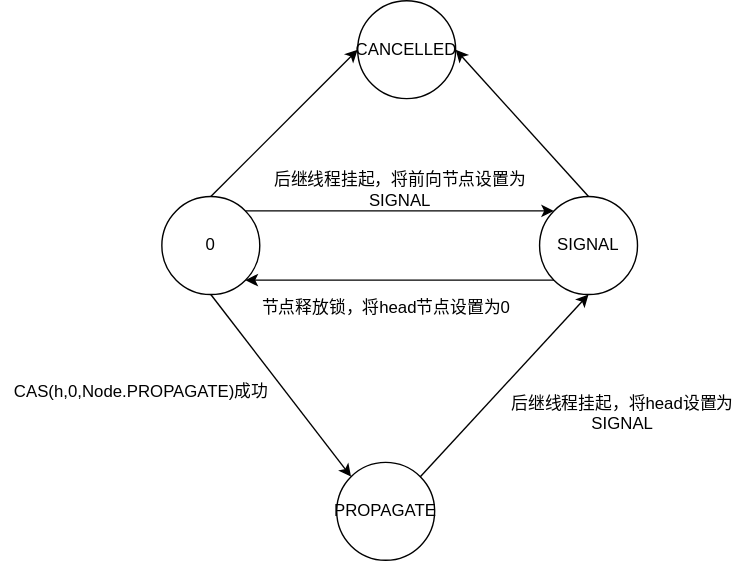
Before: java/Multi-thread/AQS/images/state-transition.drawio.svg, a diagram exported from draw.io (soloveri/notes-of-cs). Source tidied: cells renumbered, new cells last; positions are measured from the earlier drawing's top-left corner, leaving out a move shared by most shapes. The source it was exported from:
```xml
<mxGraphModel>
  <root>
    <mxCell id="0" />
    <mxCell id="1" parent="0" />
    <mxCell id="2" value="CANCELLED" style="ellipse;whiteSpace=wrap;html=1;" parent="1" vertex="1">
      <mxGeometry x="255" width="70" height="70" as="geometry" />
    </mxCell>
    <mxCell id="3" value="SIGNAL" style="ellipse;whiteSpace=wrap;html=1;" parent="1" vertex="1">
      <mxGeometry x="385" y="140" width="70" height="70" as="geometry" />
    </mxCell>
    <mxCell id="4" value="PROPAGATE" style="ellipse;whiteSpace=wrap;html=1;" parent="1" vertex="1">
      <mxGeometry x="240" y="330" width="70" height="70" as="geometry" />
    </mxCell>
    <mxCell id="5" value="0" style="ellipse;whiteSpace=wrap;html=1;" parent="1" vertex="1">
      <mxGeometry x="115" y="140" width="70" height="70" as="geometry" />
    </mxCell>
    <mxCell id="6" style="endArrow=classic;html=1;exitX=1;exitY=0;exitDx=0;exitDy=0;entryX=0;entryY=0;entryDx=0;entryDy=0;" parent="1" edge="1" source="5" target="3">
      <mxGeometry relative="1" as="geometry" />
    </mxCell>
    <mxCell id="7" value="后继线程挂起，将前向节点设置为&lt;br&gt;SIGNAL" style="text;html=1;align=center;verticalAlign=middle;" parent="1" vertex="1">
      <mxGeometry x="185" y="120" width="200" height="30" as="geometry" />
    </mxCell>
    <mxCell id="8" style="endArrow=classic;html=1;entryX=1;entryY=1;entryDx=0;entryDy=0;exitX=0;exitY=1;exitDx=0;exitDy=0;" parent="1" edge="1" source="3" target="5">
      <mxGeometry relative="1" as="geometry" />
    </mxCell>
    <mxCell id="9" value="节点释放锁，将head节点设置为0" style="text;html=1;align=center;verticalAlign=middle;" parent="1" vertex="1">
      <mxGeometry x="180" y="210" width="190" height="20" as="geometry" />
    </mxCell>
    <mxCell id="10" style="endArrow=classic;html=1;exitX=0.5;exitY=0;exitDx=0;exitDy=0;entryX=0;entryY=0.5;entryDx=0;entryDy=0;" parent="1" edge="1" source="5" target="2">
      <mxGeometry relative="1" as="geometry" />
    </mxCell>
    <mxCell id="11" style="endArrow=classic;html=1;entryX=1;entryY=0.5;entryDx=0;entryDy=0;exitX=0.5;exitY=0;exitDx=0;exitDy=0;" parent="1" edge="1" source="3" target="2">
      <mxGeometry relative="1" as="geometry" />
    </mxCell>
    <mxCell id="12" style="endArrow=classic;html=1;exitX=0.5;exitY=1;exitDx=0;exitDy=0;entryX=0;entryY=0;entryDx=0;entryDy=0;" parent="1" edge="1" source="5" target="4">
      <mxGeometry relative="1" as="geometry" />
    </mxCell>
    <mxCell id="13" style="endArrow=classic;html=1;exitX=1;exitY=0;exitDx=0;exitDy=0;entryX=0.5;entryY=1;entryDx=0;entryDy=0;" parent="1" edge="1" source="4" target="3">
      <mxGeometry relative="1" as="geometry" />
    </mxCell>
    <mxCell id="14" value="后继线程挂起，将head设置为&lt;br&gt;SIGNAL" style="text;html=1;align=center;verticalAlign=middle;" parent="1" vertex="1">
      <mxGeometry x="359" y="280" width="170" height="30" as="geometry" />
    </mxCell>
    <mxCell id="15" value="&lt;div style=&quot;color: rgb(166 , 172 , 205) ; background-color: rgb(41 , 45 , 62) ; font-family: &amp;#34;consolas&amp;#34; , &amp;#34;courier new&amp;#34; , monospace ; font-size: 14px ; line-height: 19px&quot;&gt;&lt;br&gt;&lt;/div&gt;" style="text;html=1;align=center;verticalAlign=middle;" parent="1" vertex="1">
      <mxGeometry x="5" y="270" width="20" height="20" as="geometry" />
    </mxCell>
    <mxCell id="16" value="CAS(h,0,Node.PROPAGATE)成功" style="text;html=1;align=center;verticalAlign=middle;" parent="1" vertex="1">
      <mxGeometry y="270" width="200" height="20" as="geometry" />
    </mxCell>
  </root>
</mxGraphModel>
```
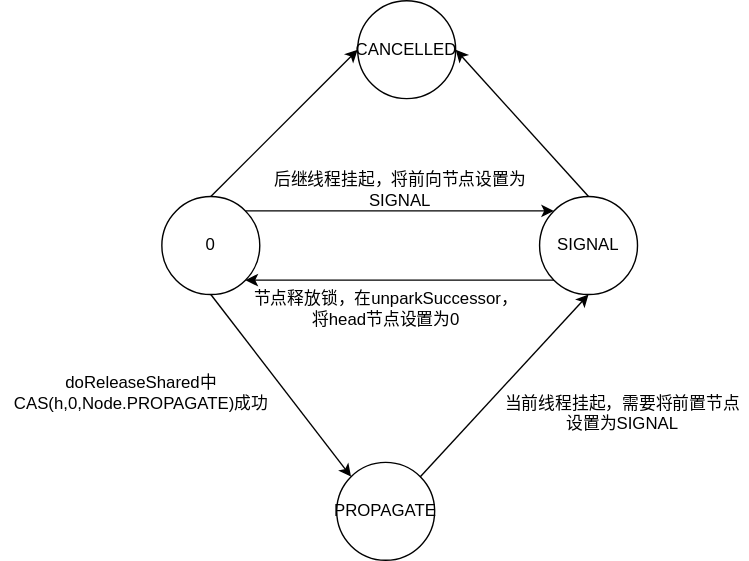
Above is the later version.

Commit message:
fix the state transformation the reason for adding propagate state

What changed in the source:
```diff
@@ -23,8 +23,8 @@
     <mxCell id="8" style="endArrow=classic;html=1;entryX=1;entryY=1;entryDx=0;entryDy=0;exitX=0;exitY=1;exitDx=0;exitDy=0;" parent="1" edge="1" source="3" target="5">
       <mxGeometry relative="1" as="geometry" />
     </mxCell>
-    <mxCell id="9" value="节点释放锁，将head节点设置为0" style="text;html=1;align=center;verticalAlign=middle;" parent="1" vertex="1">
-      <mxGeometry x="180" y="210" width="190" height="20" as="geometry" />
+    <mxCell id="9" value="节点释放锁，在unparkSuccessor，&lt;br&gt;将head节点设置为0" style="text;html=1;align=center;verticalAlign=middle;" parent="1" vertex="1">
+      <mxGeometry x="175" y="205" width="200" height="30" as="geometry" />
     </mxCell>
     <mxCell id="10" style="endArrow=classic;html=1;exitX=0.5;exitY=0;exitDx=0;exitDy=0;entryX=0;entryY=0.5;entryDx=0;entryDy=0;" parent="1" edge="1" source="5" target="2">
       <mxGeometry relative="1" as="geometry" />
@@ -38,14 +38,14 @@
     <mxCell id="13" style="endArrow=classic;html=1;exitX=1;exitY=0;exitDx=0;exitDy=0;entryX=0.5;entryY=1;entryDx=0;entryDy=0;" parent="1" edge="1" source="4" target="3">
       <mxGeometry relative="1" as="geometry" />
     </mxCell>
-    <mxCell id="14" value="后继线程挂起，将head设置为&lt;br&gt;SIGNAL" style="text;html=1;align=center;verticalAlign=middle;" parent="1" vertex="1">
-      <mxGeometry x="359" y="280" width="170" height="30" as="geometry" />
+    <mxCell id="14" value="当前线程挂起，需要将前置节点&lt;br&gt;设置为SIGNAL" style="text;html=1;align=center;verticalAlign=middle;" parent="1" vertex="1">
+      <mxGeometry x="354" y="280" width="180" height="30" as="geometry" />
     </mxCell>
     <mxCell id="15" value="&lt;div style=&quot;color: rgb(166 , 172 , 205) ; background-color: rgb(41 , 45 , 62) ; font-family: &amp;#34;consolas&amp;#34; , &amp;#34;courier new&amp;#34; , monospace ; font-size: 14px ; line-height: 19px&quot;&gt;&lt;br&gt;&lt;/div&gt;" style="text;html=1;align=center;verticalAlign=middle;" parent="1" vertex="1">
       <mxGeometry x="5" y="270" width="20" height="20" as="geometry" />
     </mxCell>
-    <mxCell id="16" value="CAS(h,0,Node.PROPAGATE)成功" style="text;html=1;align=center;verticalAlign=middle;" parent="1" vertex="1">
-      <mxGeometry y="270" width="200" height="20" as="geometry" />
+    <mxCell id="16" value="doReleaseShared中&lt;br&gt;CAS(h,0,Node.PROPAGATE)成功" style="text;html=1;align=center;verticalAlign=middle;" parent="1" vertex="1">
+      <mxGeometry y="265" width="200" height="30" as="geometry" />
     </mxCell>
   </root>
 </mxGraphModel>
```
